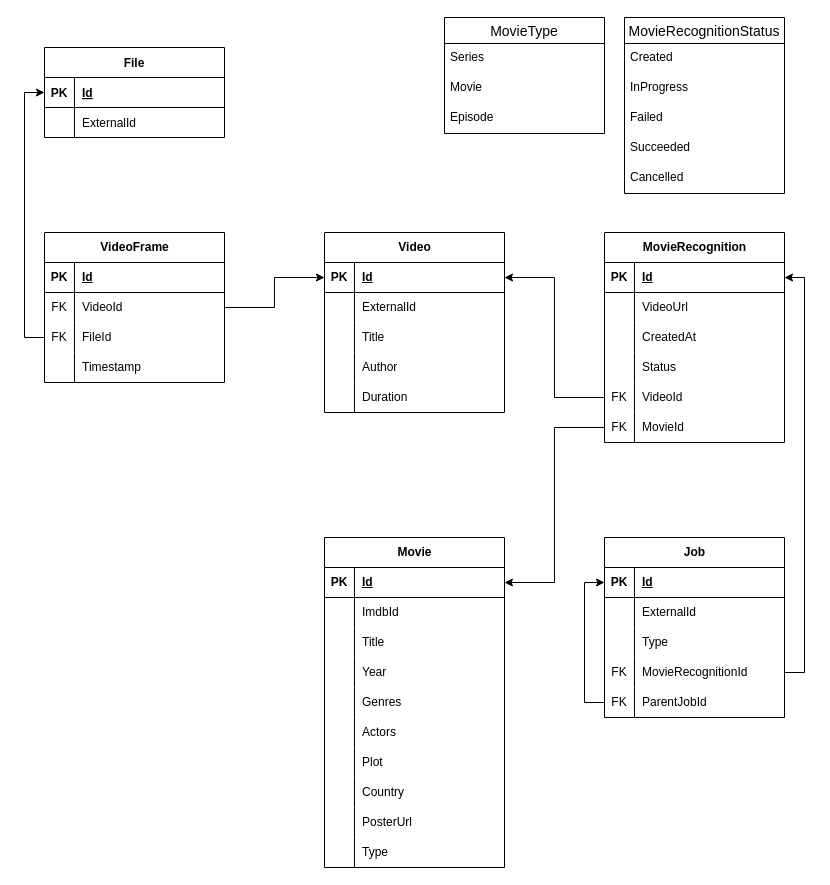
LipatovAlexander/MovieRecognizer keeps this draw.io diagram as docs/MovieRecognizer.drawio. Above is the earlier version. Source tidied: cells renumbered, new cells numbered last; positions are measured from the earlier drawing's top-left corner, leaving out a move shared by most shapes. Both pictures are drawn from the tidied source at 100%, with x=0, y=0 at pixel (44, 17).
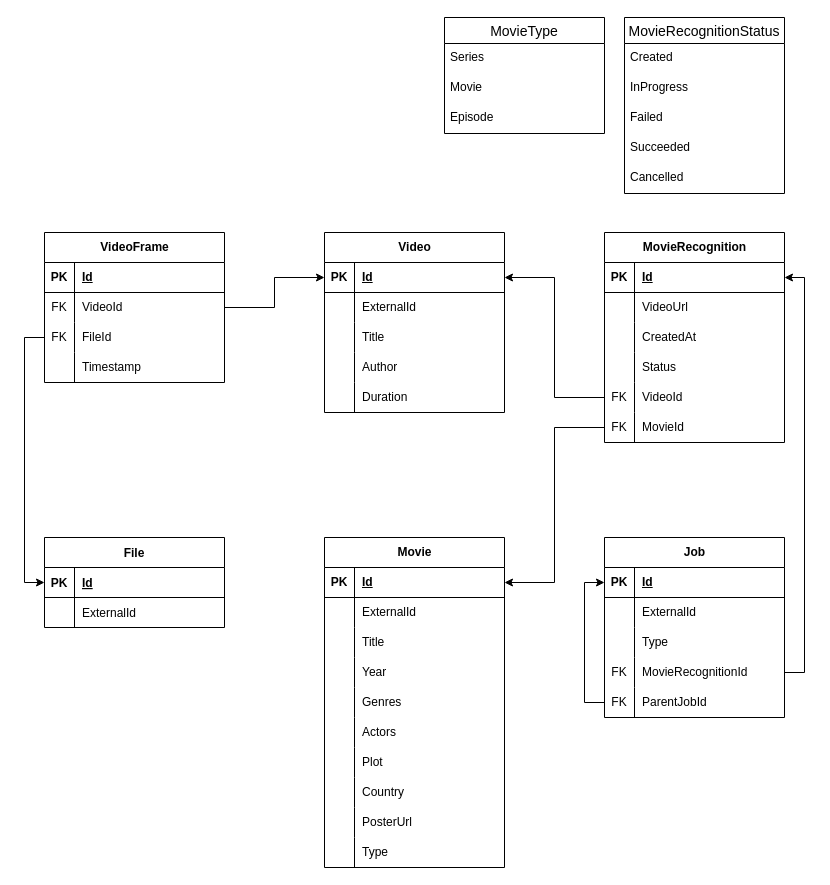
The same diagram, later.

The change refers to these unchanged cells:
```xml
<mxCell id="62" style="shape=tableRow;horizontal=0;startSize=0;swimlaneHead=0;swimlaneBody=0;fillColor=none;top=0;left=0;right=0;bottom=0;" parent="58" vertex="1">
  <mxGeometry y="60" width="180" height="30" as="geometry" />
</mxCell>
```

Diff of the diagram source:
```diff
@@
-    <mxCell id="64" value="ImdbId" style="shape=partialRectangle;fillColor=none;top=0;left=0;bottom=0;right=0;align=left;spacingLeft=6;overflow=hidden;whiteSpace=wrap;html=1;" parent="62" vertex="1">
+    <mxCell id="64" value="ExternalId" style="shape=partialRectangle;fillColor=none;top=0;left=0;bottom=0;right=0;align=left;spacingLeft=6;overflow=hidden;whiteSpace=wrap;html=1;" parent="62" vertex="1">
       <mxGeometry x="30" width="150" height="30" as="geometry" />
     </mxCell>
@@
     <mxCell id="112" value="File" style="shape=table;startSize=30;childLayout=tableLayout;rowLines=0;fontStyle=1;align=center;" parent="1" vertex="1">
-      <mxGeometry y="30" width="180" height="90" as="geometry" />
+      <mxGeometry y="520" width="180" height="90" as="geometry" />
     </mxCell>
```
